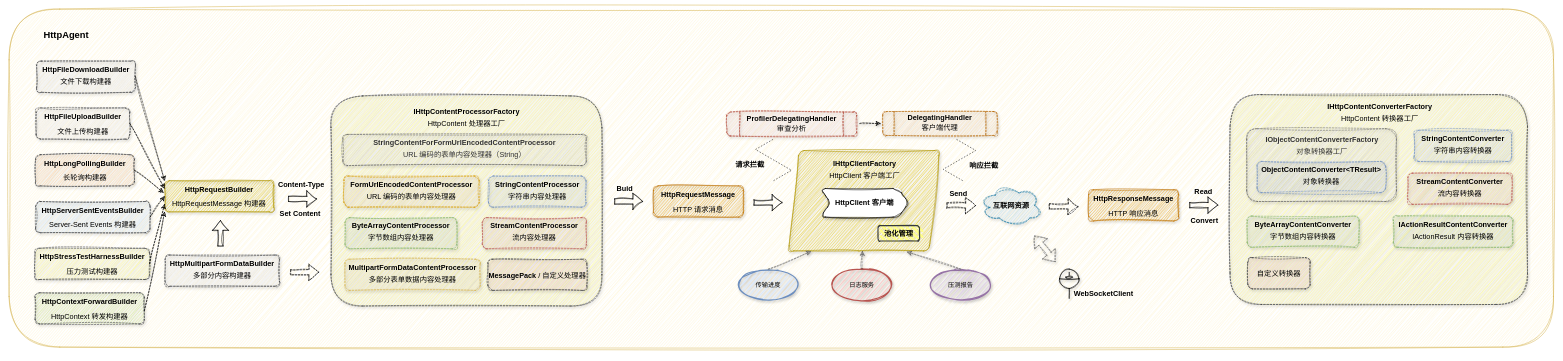
MonkSoul/HttpAgent keeps this draw.io diagram as drawio/HttpAgent.drawio. Above is the earlier version. Source tidied: cells renumbered, new cells numbered last; positions are measured from the earlier drawing's top-left corner, leaving out a move shared by most shapes. Both pictures are drawn from the tidied source at 52%, with x=0, y=0 at pixel (9, 9).
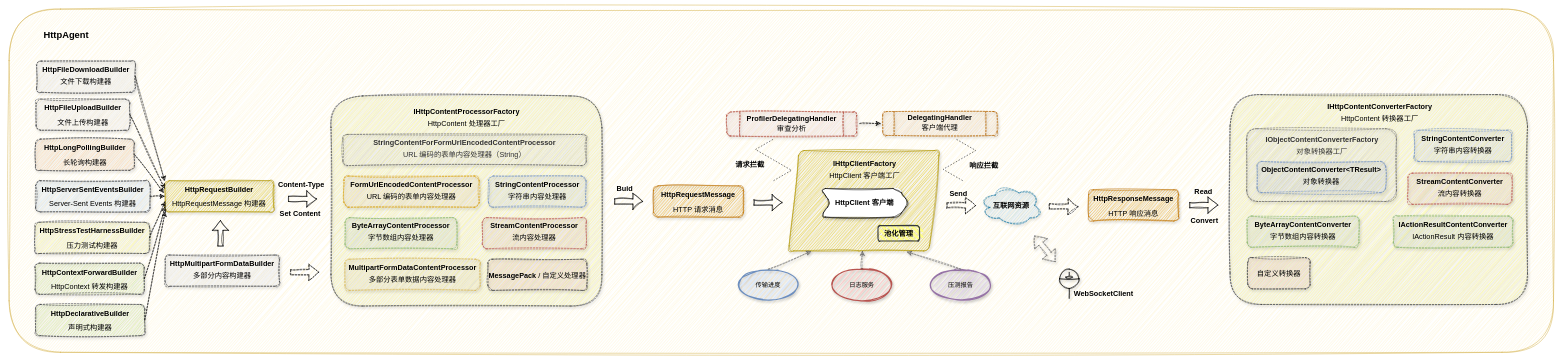
The same diagram, later.

Commit message (it also covers changes not shown here):
😊 更新架构图

Unchanged cells that the change refers to:
```xml
<mxCell id="11" value="&lt;div style=&quot;line-height: 200%;&quot;&gt;HttpRequestBuilder&lt;br&gt;&lt;/div&gt;&lt;div style=&quot;line-height: 200%;&quot;&gt;&lt;span style=&quot;background-color: initial; font-weight: 400;&quot;&gt;HttpRequestMessage&amp;nbsp;&lt;/span&gt;&lt;span style=&quot;background-color: initial; font-weight: 400;&quot;&gt;构建器&lt;/span&gt;&lt;br&gt;&lt;/div&gt;" style="rounded=1;whiteSpace=wrap;html=1;fontSize=14;fontStyle=1;labelBackgroundColor=none;glass=0;shadow=1;sketch=1;curveFitting=1;jiggle=2;fillColor=#e3c800;strokeColor=#B09500;fontColor=#000000;" parent="1" vertex="1">
  <mxGeometry x="299" y="330" width="210" height="60" as="geometry" />
</mxCell>
```

Diff of the diagram source:
```diff
@@
     <mxCell id="2" style="rounded=1;whiteSpace=wrap;html=1;sketch=1;curveFitting=1;jiggle=2;fillColor=#fff2cc;strokeColor=#d6b656;" parent="1" vertex="1">
-      <mxGeometry width="2970" height="650" as="geometry" />
+      <mxGeometry width="2970" height="660" as="geometry" />
     </mxCell>
@@
     <mxCell id="6" value="&lt;div style=&quot;line-height: 200%;&quot;&gt;HttpFileUploadBuilder&lt;/div&gt;&lt;div style=&quot;line-height: 200%;&quot;&gt;&lt;span style=&quot;font-weight: normal;&quot;&gt;文件上传构建器&lt;/span&gt;&lt;/div&gt;" style="rounded=1;whiteSpace=wrap;html=1;fontSize=14;fontStyle=1;labelBackgroundColor=none;glass=0;shadow=1;sketch=1;curveFitting=1;jiggle=2;fillColor=#f9f7ed;strokeColor=#36393d;dashed=1;" parent="1" vertex="1">
-      <mxGeometry x="52" y="190" width="180" height="60" as="geometry" />
+      <mxGeometry x="52" y="173" width="180" height="60" as="geometry" />
     </mxCell>
     <mxCell id="7" value="&lt;div style=&quot;line-height: 200%;&quot;&gt;HttpLongPollingBuilder&lt;/div&gt;&lt;div style=&quot;line-height: 200%;&quot;&gt;&lt;span style=&quot;font-weight: normal;&quot;&gt;长轮询构建器&lt;/span&gt;&lt;br&gt;&lt;/div&gt;" style="rounded=1;whiteSpace=wrap;html=1;fontSize=14;fontStyle=1;labelBackgroundColor=none;glass=0;shadow=1;sketch=1;curveFitting=1;jiggle=2;fillColor=#ffcc99;strokeColor=#36393d;dashed=1;" parent="1" vertex="1">
-      <mxGeometry x="51" y="280" width="190" height="60" as="geometry" />
+      <mxGeometry x="51" y="250" width="190" height="60" as="geometry" />
     </mxCell>
     <mxCell id="8" value="&lt;div style=&quot;line-height: 200%;&quot;&gt;HttpServerSentEventsBuilder&lt;br&gt;&lt;/div&gt;&lt;div style=&quot;line-height: 200%;&quot;&gt;&lt;span style=&quot;font-weight: normal;&quot;&gt;Server-Sent Events 构建器&lt;/span&gt;&lt;br&gt;&lt;/div&gt;" style="rounded=1;whiteSpace=wrap;html=1;fontSize=14;fontStyle=1;labelBackgroundColor=none;glass=0;shadow=1;sketch=1;curveFitting=1;jiggle=2;fillColor=#cce5ff;strokeColor=#36393d;dashed=1;" parent="1" vertex="1">
-      <mxGeometry x="51" y="370" width="220" height="60" as="geometry" />
+      <mxGeometry x="51" y="330" width="220" height="60" as="geometry" />
     </mxCell>
     <mxCell id="9" value="&lt;div style=&quot;line-height: 200%;&quot;&gt;HttpStressTestHarnessBuilder&lt;br&gt;&lt;/div&gt;&lt;div style=&quot;line-height: 200%;&quot;&gt;&lt;span style=&quot;font-weight: normal;&quot;&gt;压力测试构建器&lt;/span&gt;&lt;br&gt;&lt;/div&gt;" style="rounded=1;whiteSpace=wrap;html=1;fontSize=14;fontStyle=1;labelBackgroundColor=none;glass=0;shadow=1;sketch=1;curveFitting=1;jiggle=2;fillColor=#ffff88;strokeColor=#36393d;dashed=1;" parent="1" vertex="1">
-      <mxGeometry x="50" y="460" width="220" height="60" as="geometry" />
+      <mxGeometry x="50" y="410" width="220" height="60" as="geometry" />
     </mxCell>
     <mxCell id="10" value="&lt;div style=&quot;line-height: 200%;&quot;&gt;HttpContextForwardBuilder&lt;br&gt;&lt;/div&gt;&lt;div style=&quot;line-height: 200%;&quot;&gt;&lt;span style=&quot;background-color: initial; font-weight: 400;&quot;&gt;HttpContext 转发构建器&lt;/span&gt;&lt;br&gt;&lt;/div&gt;" style="rounded=1;whiteSpace=wrap;html=1;fontSize=14;fontStyle=1;labelBackgroundColor=none;glass=0;shadow=1;sketch=1;curveFitting=1;jiggle=2;fillColor=#cdeb8b;strokeColor=#36393d;dashed=1;" parent="1" vertex="1">
-      <mxGeometry x="50" y="545.5" width="210" height="60" as="geometry" />
+      <mxGeometry x="50" y="488.5" width="210" height="60" as="geometry" />
     </mxCell>
@@
-    <mxCell id="16" style="endArrow=classic;html=1;rounded=0;sketch=1;curveFitting=1;jiggle=2;dashed=1;entryX=0;entryY=0.75;entryDx=0;entryDy=0;" parent="1" edge="1" target="11">
+    <mxCell id="16" style="endArrow=classic;html=1;rounded=0;sketch=1;curveFitting=1;jiggle=2;dashed=1;exitX=1;exitY=0.5;exitDx=0;exitDy=0;" parent="1" edge="1" source="9">
       <mxGeometry relative="1" as="geometry">
-        <mxPoint x="270" y="490" as="sourcePoint" />
+        <mxPoint x="300" y="370" as="targetPoint" />
       </mxGeometry>
     </mxCell>
-    <mxCell id="17" style="endArrow=classic;html=1;rounded=0;sketch=1;curveFitting=1;jiggle=2;dashed=1;entryX=0;entryY=1;entryDx=0;entryDy=0;" parent="1" edge="1" target="11">
-      <mxGeometry relative="1" as="geometry">
-        <mxPoint x="260" y="580" as="sourcePoint" />
-      </mxGeometry>
-    </mxCell>
@@
+    <mxCell id="17" style="endArrow=classic;html=1;rounded=0;sketch=1;curveFitting=1;jiggle=2;dashed=1;exitX=1;exitY=0.5;exitDx=0;exitDy=0;" parent="1" edge="1" source="10">
+      <mxGeometry relative="1" as="geometry">
+        <mxPoint x="300" y="380" as="targetPoint" />
+      </mxGeometry>
+    </mxCell>
+    <mxCell id="74" value="&lt;div style=&quot;line-height: 200%;&quot;&gt;HttpDeclarativeBuilder&lt;br&gt;&lt;/div&gt;&lt;div style=&quot;line-height: 200%;&quot;&gt;&lt;span style=&quot;background-color: initial; font-weight: 400;&quot;&gt;声明式构建器&lt;/span&gt;&lt;br&gt;&lt;/div&gt;" style="rounded=1;whiteSpace=wrap;html=1;fontSize=14;fontStyle=1;labelBackgroundColor=none;glass=0;shadow=1;sketch=1;curveFitting=1;jiggle=2;fillColor=#cdeb8b;strokeColor=#36393d;dashed=1;" parent="1" vertex="1">
+      <mxGeometry x="51" y="568" width="210" height="60" as="geometry" />
+    </mxCell>
+    <mxCell id="75" style="endArrow=classic;html=1;rounded=0;sketch=1;curveFitting=1;jiggle=2;dashed=1;exitX=1;exitY=0.5;exitDx=0;exitDy=0;" parent="1" edge="1" source="74">
+      <mxGeometry relative="1" as="geometry">
+        <mxPoint x="300" y="390" as="targetPoint" />
+      </mxGeometry>
+    </mxCell>
```
